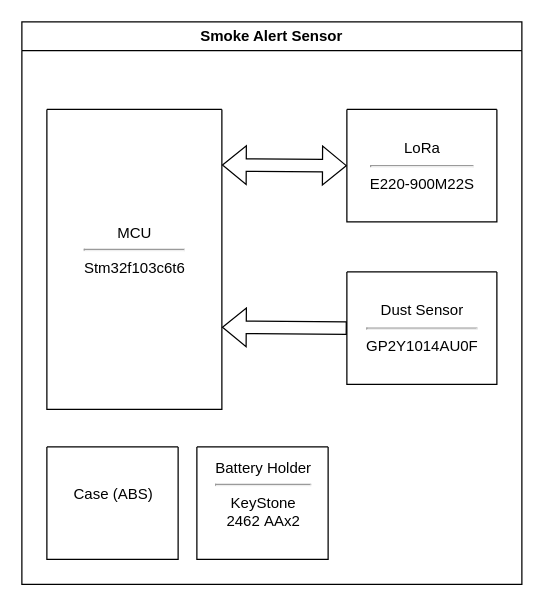
Above: Smoke Sensor.drawio in Rizz071/SmokeAlert (draw.io), before the change. Source tidied: cells renumbered, new cells numbered last; positions are measured from the earlier drawing's top-left corner, leaving out a move shared by most shapes. Both pictures are drawn from the tidied source at 125%, with x=0, y=0 at pixel (21, 21).
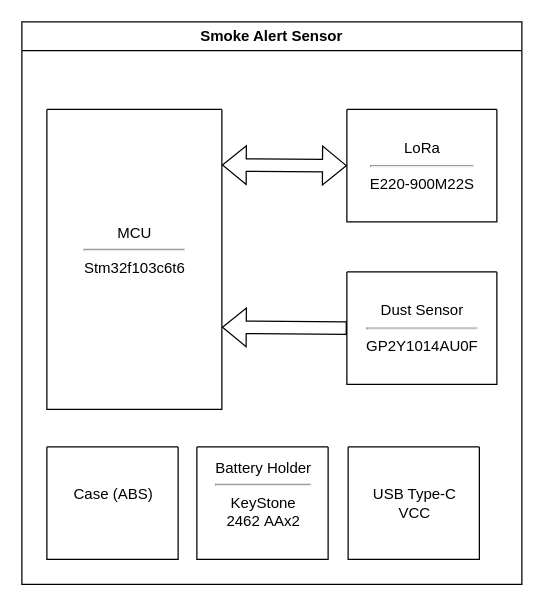
The same page after the edit.

Diff of the diagram source:
```diff
@@
 <mxGraphModel>
   <root>
     <mxCell id="0" />
     <mxCell id="1" parent="0" />
     <mxCell id="2" value="Smoke Alert Sensor" style="swimlane;whiteSpace=wrap;html=1;" parent="1" vertex="1">
       <mxGeometry width="400" height="450" as="geometry" />
     </mxCell>
     <mxCell id="3" style="swimlane;startSize=0;" parent="2" vertex="1">
       <mxGeometry x="20" y="70" width="140" height="240" as="geometry" />
     </mxCell>
     <mxCell id="4" value="MCU&lt;hr&gt;&lt;div&gt;&lt;span style=&quot;background-color: transparent; color: light-dark(rgb(0, 0, 0), rgb(255, 255, 255));&quot;&gt;Stm32f103c6t6&lt;/span&gt;&lt;/div&gt;&lt;div&gt;&lt;br&gt;&lt;/div&gt;" style="text;html=1;align=center;verticalAlign=middle;strokeColor=none;fillColor=none;" parent="3" vertex="1">
       <mxGeometry x="20" y="85" width="100" height="70" as="geometry" />
     </mxCell>
     <mxCell id="5" style="swimlane;startSize=0;" parent="2" vertex="1">
       <mxGeometry x="260" y="70" width="120" height="90" as="geometry" />
     </mxCell>
     <mxCell id="6" value="LoRa&lt;hr&gt;E220-900M22S" style="text;html=1;align=center;verticalAlign=middle;strokeColor=none;fillColor=none;" parent="5" vertex="1">
       <mxGeometry x="5" y="15" width="110" height="60" as="geometry" />
     </mxCell>
     <mxCell id="7" style="swimlane;startSize=0;" parent="2" vertex="1">
       <mxGeometry x="260" y="200" width="120" height="90" as="geometry" />
     </mxCell>
     <mxCell id="8" value="&lt;div&gt;Dust Sensor&lt;/div&gt;&lt;hr&gt;GP2Y1014AU0F" style="text;html=1;align=center;verticalAlign=middle;strokeColor=none;fillColor=none;" parent="7" vertex="1">
       <mxGeometry x="5" y="15" width="110" height="60" as="geometry" />
     </mxCell>
     <mxCell id="9" style="swimlane;startSize=0;" parent="2" vertex="1">
       <mxGeometry x="140" y="340" width="105" height="90" as="geometry" />
     </mxCell>
     <mxCell id="10" value="&lt;div&gt;Battery Holder&lt;/div&gt;&lt;hr&gt;KeyStone&lt;div&gt;2462&amp;nbsp;&lt;span style=&quot;background-color: transparent; color: light-dark(rgb(0, 0, 0), rgb(255, 255, 255));&quot;&gt;AAx2&lt;/span&gt;&lt;div&gt;&lt;div&gt;&lt;br&gt;&lt;/div&gt;&lt;/div&gt;&lt;/div&gt;" style="text;html=1;align=center;verticalAlign=middle;strokeColor=none;fillColor=none;" parent="9" vertex="1">
       <mxGeometry x="2.5" width="100" height="90" as="geometry" />
     </mxCell>
     <mxCell id="11" style="shape=flexArrow;endArrow=classic;startArrow=classic;html=1;rounded=0;" parent="2" edge="1">
       <mxGeometry relative="1" as="geometry">
         <mxPoint x="160" y="114.5" as="sourcePoint" />
         <mxPoint x="260" y="115" as="targetPoint" />
       </mxGeometry>
     </mxCell>
     <mxCell id="12" style="shape=flexArrow;endArrow=classic;html=1;rounded=0;entryX=1.005;entryY=0.724;entryDx=0;entryDy=0;entryPerimeter=0;exitX=0;exitY=0.5;exitDx=0;exitDy=0;" parent="2" edge="1" source="7">
       <mxGeometry relative="1" as="geometry">
         <mxPoint x="160" y="244.3" as="targetPoint" />
       </mxGeometry>
     </mxCell>
+    <mxCell id="15" style="swimlane;startSize=0;" parent="2" vertex="1">
+      <mxGeometry x="261" y="340" width="105" height="90" as="geometry" />
+    </mxCell>
+    <mxCell id="16" value="&lt;div&gt;USB Type-C&lt;br&gt;VCC&lt;/div&gt;" style="text;html=1;align=center;verticalAlign=middle;strokeColor=none;fillColor=none;" parent="15" vertex="1">
+      <mxGeometry x="7.5" y="25" width="90" height="40" as="geometry" />
+    </mxCell>
     <mxCell id="13" style="swimlane;startSize=0;" parent="1" vertex="1">
       <mxGeometry x="20" y="340" width="105" height="90" as="geometry" />
     </mxCell>
     <mxCell id="14" value="&lt;div&gt;Case (ABS)&lt;/div&gt;&lt;div&gt;&lt;div&gt;&lt;div&gt;&lt;br&gt;&lt;/div&gt;&lt;/div&gt;&lt;/div&gt;" style="text;html=1;align=center;verticalAlign=middle;strokeColor=none;fillColor=none;" parent="13" vertex="1">
       <mxGeometry x="7.5" y="25" width="90" height="40" as="geometry" />
     </mxCell>
   </root>
 </mxGraphModel>
```
